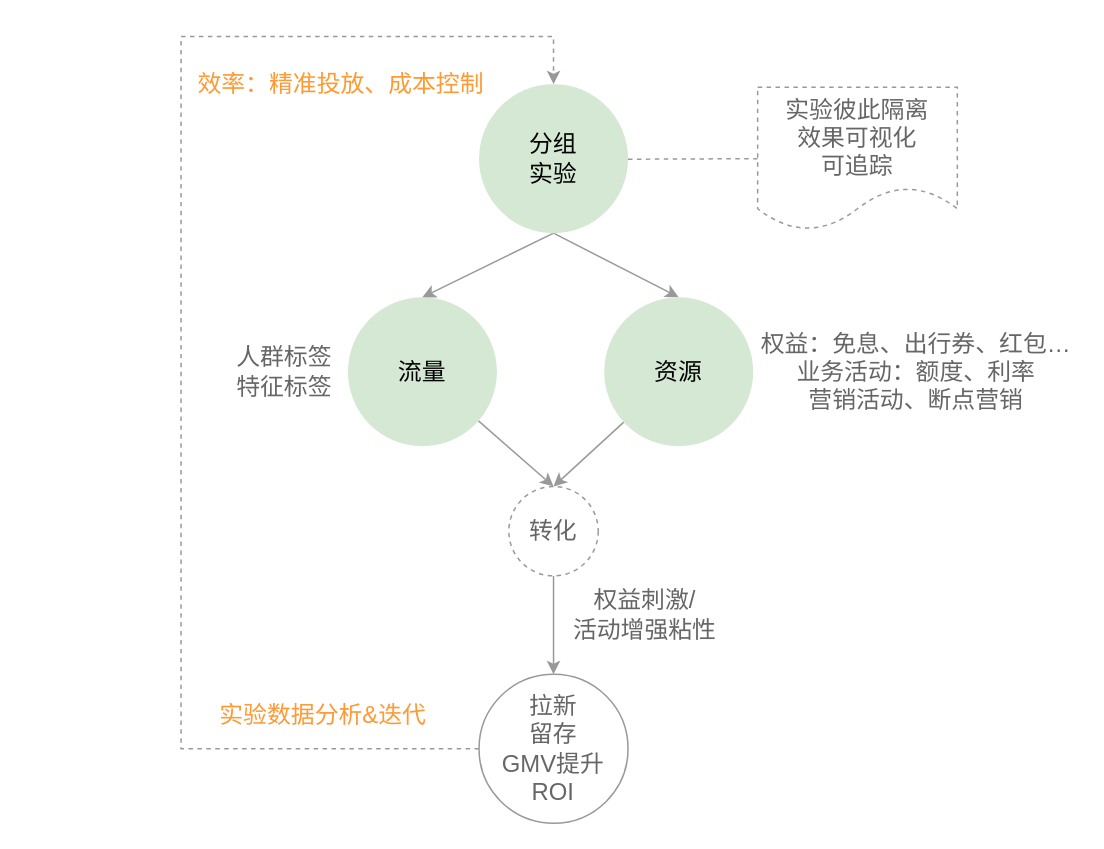
This is page "流量决策中心" (7 of 7) of new.drawio from githubzhouwen/hello-world, a draw.io file, before an edit. Source tidied: cells renumbered, new cells numbered last; positions are measured from the earlier drawing's top-left corner, leaving out a move shared by most shapes. Both pictures are drawn from the tidied source at 149%, with x=0, y=0 at pixel (180, 36).
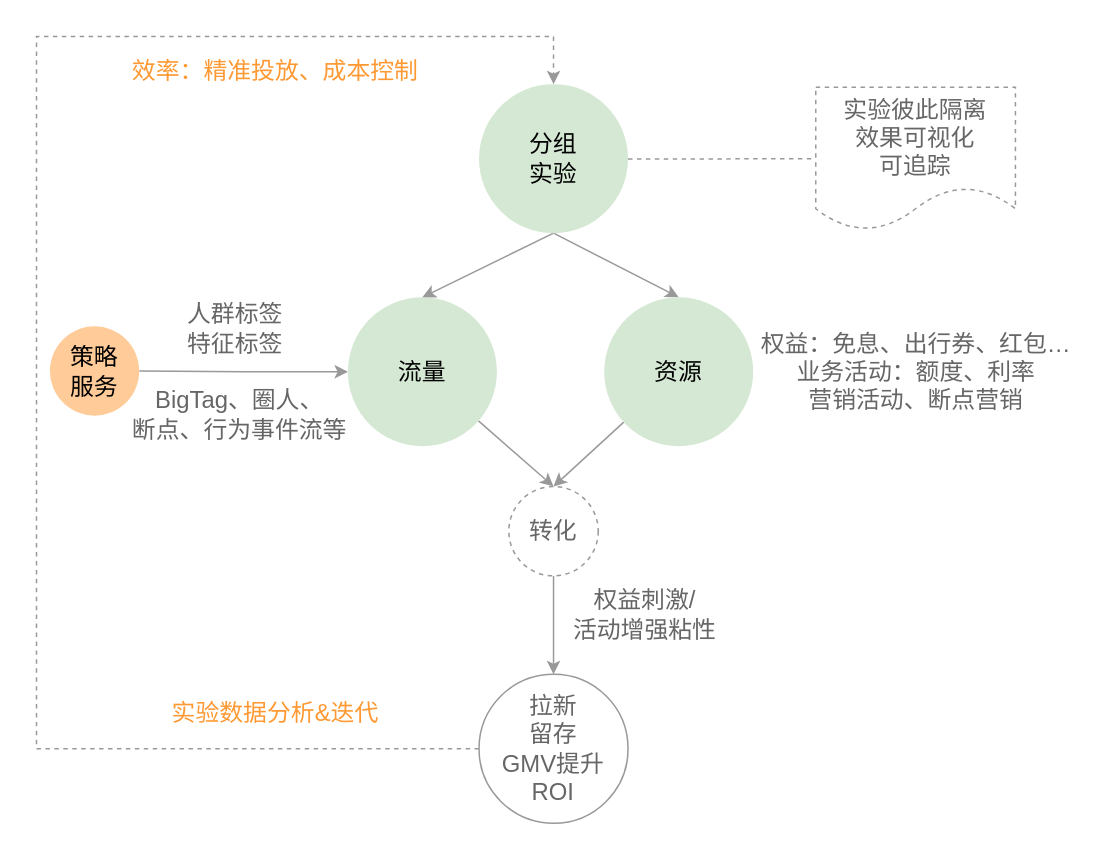
After the change.

The change refers to these unchanged cells:
```xml
<mxCell id="3" value="流量" style="ellipse;whiteSpace=wrap;html=1;fontSize=16;fillColor=#d5e8d4;strokeColor=none;" parent="1" vertex="1">
  <mxGeometry x="112" y="175" width="100" height="100" as="geometry" />
</mxCell>
<mxCell id="10" value="分组&lt;br&gt;实验" style="ellipse;whiteSpace=wrap;html=1;fontSize=16;fillColor=#d5e8d4;strokeColor=none;" parent="1" vertex="1">
  <mxGeometry x="200" y="32" width="100" height="100" as="geometry" />
</mxCell>
<mxCell id="12" value="拉新&lt;br&gt;留存&lt;br&gt;GMV提升&lt;br&gt;ROI" style="ellipse;whiteSpace=wrap;html=1;fontSize=16;strokeColor=#999999;fontColor=#666666;" parent="1" vertex="1">
  <mxGeometry x="200" y="428" width="100" height="100" as="geometry" />
</mxCell>
```

The edit, as a diff of the source:
```diff
@@
     <mxCell id="11" style="edgeStyle=orthogonalEdgeStyle;rounded=0;jettySize=auto;html=1;labelBackgroundColor=none;fontSize=16;entryX=0.5;entryY=0;entryDx=0;entryDy=0;exitX=0;exitY=0.5;exitDx=0;exitDy=0;strokeColor=#999999;fontColor=#666666;dashed=1;" parent="1" edge="1" source="12" target="10">
       <mxGeometry relative="1" as="geometry">
         <Array as="points">
-          <mxPoint y="478" />
-          <mxPoint />
+          <mxPoint x="-97" y="478" />
+          <mxPoint x="-97" />
           <mxPoint x="250" />
         </Array>
       </mxGeometry>
     </mxCell>
@@
     <mxCell id="13" value="实验彼此隔离&lt;br&gt;效果可视化&lt;br&gt;可追踪" style="shape=document;whiteSpace=wrap;html=1;boundedLbl=1;fontSize=16;strokeColor=#999999;dashed=1;fontColor=#666666;" parent="1" vertex="1">
-      <mxGeometry x="387" y="34" width="134" height="96" as="geometry" />
+      <mxGeometry x="426" y="34" width="134" height="96" as="geometry" />
     </mxCell>
     <mxCell id="14" value="效率：精准投放、成本控制" style="text;html=1;align=center;verticalAlign=middle;strokeColor=none;fontSize=16;fontColor=#FF9933;" parent="1" vertex="1">
-      <mxGeometry x="6" y="20" width="202" height="23" as="geometry" />
+      <mxGeometry x="-38.5" y="11" width="202" height="23" as="geometry" />
     </mxCell>
@@
     <mxCell id="18" value="人群标签&lt;br&gt;特征标签" style="text;html=1;align=center;verticalAlign=middle;strokeColor=none;fontSize=16;fontColor=#666666;" parent="1" vertex="1">
-      <mxGeometry x="31.5" y="204" width="74" height="42" as="geometry" />
+      <mxGeometry x="-1" y="175" width="74" height="42" as="geometry" />
     </mxCell>
     <mxCell id="19" value="实验&lt;font&gt;数据&lt;/font&gt;分析&amp;amp;迭代" style="text;html=1;align=center;verticalAlign=middle;strokeColor=none;fontSize=16;fontColor=#FF9933;" parent="1" vertex="1">
-      <mxGeometry x="20.5" y="443" width="149" height="23" as="geometry" />
+      <mxGeometry x="-12" y="442" width="149" height="23" as="geometry" />
     </mxCell>
+    <mxCell id="20" style="edgeStyle=orthogonalEdgeStyle;rounded=0;jettySize=auto;html=1;labelBackgroundColor=none;fontSize=16;fontColor=#FF9933;endArrow=none;endFill=0;strokeColor=#999999;startArrow=classic;startFill=1;exitX=0;exitY=0.5;exitDx=0;exitDy=0;entryX=1;entryY=0.5;entryDx=0;entryDy=0;" parent="1" edge="1" source="3" target="21">
+      <mxGeometry relative="1" as="geometry" />
+    </mxCell>
+    <mxCell id="21" value="策略&lt;br&gt;服务" style="ellipse;whiteSpace=wrap;html=1;fontSize=16;dashed=1;fillColor=#ffcc99;strokeColor=none;" parent="1" vertex="1">
+      <mxGeometry x="-88" y="194.5" width="60" height="60" as="geometry" />
+    </mxCell>
+    <mxCell id="22" value="&lt;span style=&quot;text-align: left&quot;&gt;BigTag、圈人、&lt;br&gt;断点、行为事件流等&lt;/span&gt;" style="text;html=1;align=center;verticalAlign=middle;strokeColor=none;fontSize=16;fontColor=#666666;" parent="1" vertex="1">
+      <mxGeometry x="-38.5" y="233" width="154" height="42" as="geometry" />
+    </mxCell>
```
